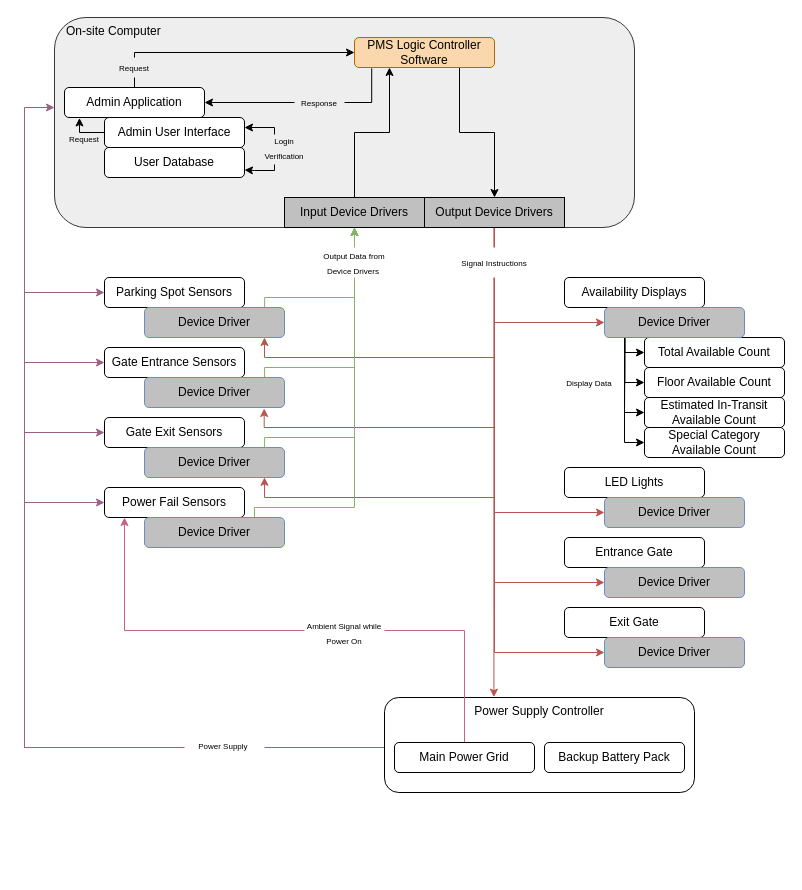
Before: documentation/srs-drafts/diagram-xmls/gen-desc.drawio in rlutz1/CS460-Project-1, a draw.io diagram. Source tidied: cells renumbered, new cells numbered last; positions are measured from the earlier drawing's top-left corner, leaving out a move shared by most shapes. Both pictures are drawn from the tidied source at 100%, with x=0, y=0 at pixel (24, 17).
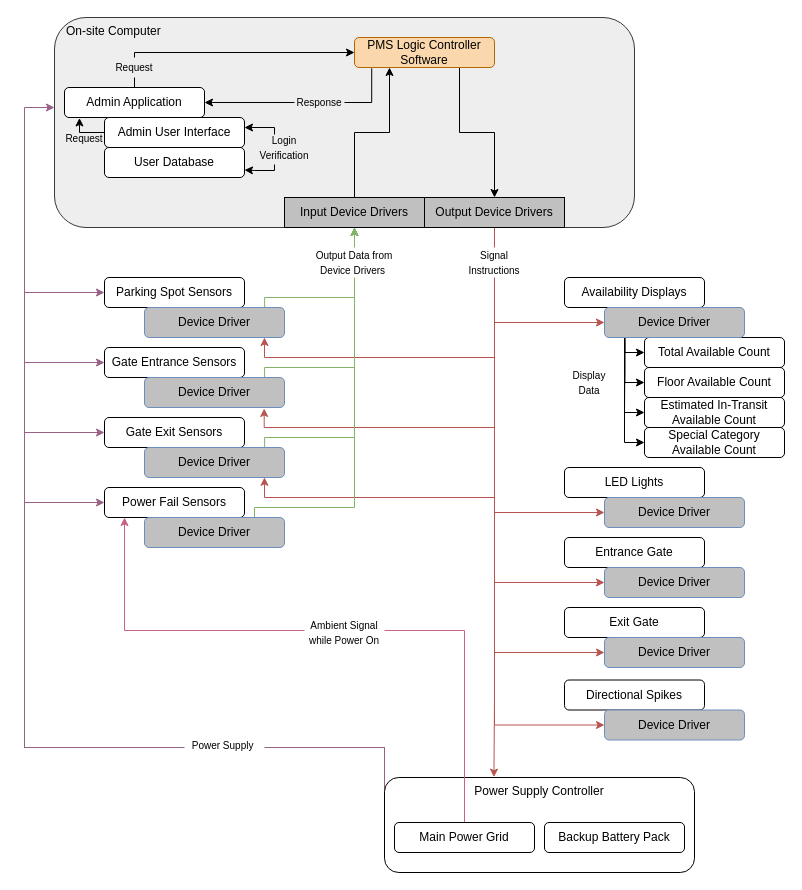
The same diagram, later.

Commit message (it also covers changes not shown here):
Added 1.2 version of Gate diagram for SRS; Modified gen-desc Diagram in SRS to include direction spikes (see google doc for more comments)

The change refers to these unchanged cells:
```xml
<mxCell id="40" value="Output Device Drivers" style="rounded=0;whiteSpace=wrap;html=1;fillColor=light-dark(#c0c0c0, #ededed);" parent="1" vertex="1">
  <mxGeometry x="400" y="180" width="140" height="30" as="geometry" />
</mxCell>
```

What changed in the source:
```diff
@@
     <mxCell id="23" value="Power Supply Controller" style="rounded=1;whiteSpace=wrap;html=1;verticalAlign=top;" parent="1" vertex="1">
-      <mxGeometry x="360" y="680" width="310" height="95" as="geometry" />
+      <mxGeometry x="360" y="760" width="310" height="95" as="geometry" />
     </mxCell>
@@
     <mxCell id="25" value="Main Power Grid" style="rounded=1;whiteSpace=wrap;html=1;" parent="1" vertex="1">
-      <mxGeometry x="370" y="725" width="140" height="30" as="geometry" />
+      <mxGeometry x="370" y="805" width="140" height="30" as="geometry" />
     </mxCell>
     <mxCell id="26" value="Backup Battery Pack" style="rounded=1;whiteSpace=wrap;html=1;" parent="1" vertex="1">
-      <mxGeometry x="520" y="725" width="140" height="30" as="geometry" />
+      <mxGeometry x="520" y="805" width="140" height="30" as="geometry" />
     </mxCell>
@@
+    <mxCell id="69" style="edgeStyle=orthogonalEdgeStyle;rounded=0;jettySize=auto;html=1;exitX=0.5;exitY=1;exitDx=0;exitDy=0;entryX=0;entryY=0.5;entryDx=0;entryDy=0;strokeColor=#B85450;" parent="1" edge="1" source="40" target="71">
+      <mxGeometry relative="1" as="geometry" />
+    </mxCell>
@@
-    <mxCell id="60" value="&lt;font style=&quot;font-size: 8px;&quot;&gt;Output Data from Device Drivers&amp;nbsp;&lt;/font&gt;" style="text;html=1;whiteSpace=wrap;align=center;verticalAlign=middle;rounded=0;fillColor=default;" parent="1" vertex="1">
+    <mxCell id="60" value="&lt;font style=&quot;font-size: 10px;&quot;&gt;Output Data from Device Drivers&amp;nbsp;&lt;/font&gt;" style="text;html=1;whiteSpace=wrap;align=center;verticalAlign=middle;rounded=0;fillColor=default;" parent="1" vertex="1">
       <mxGeometry x="290" y="230" width="80" height="30" as="geometry" />
     </mxCell>
-    <mxCell id="61" value="&lt;font style=&quot;font-size: 8px;&quot;&gt;Signal Instructions&lt;/font&gt;" style="text;html=1;whiteSpace=wrap;align=center;verticalAlign=middle;rounded=0;fillColor=default;" parent="1" vertex="1">
+    <mxCell id="61" value="&lt;font style=&quot;font-size: 10px;&quot;&gt;Signal Instructions&lt;/font&gt;" style="text;html=1;whiteSpace=wrap;align=center;verticalAlign=middle;rounded=0;fillColor=default;" parent="1" vertex="1">
       <mxGeometry x="430" y="230" width="80" height="30" as="geometry" />
     </mxCell>
-    <mxCell id="62" value="&lt;font style=&quot;font-size: 8px;&quot;&gt;Power Supply&amp;nbsp;&lt;/font&gt;" style="text;html=1;whiteSpace=wrap;align=center;verticalAlign=middle;rounded=0;fillColor=default;" parent="1" vertex="1">
+    <mxCell id="62" value="&lt;font style=&quot;font-size: 10px;&quot;&gt;Power Supply&amp;nbsp;&lt;/font&gt;" style="text;html=1;whiteSpace=wrap;align=center;verticalAlign=middle;rounded=0;fillColor=default;" parent="1" vertex="1">
       <mxGeometry x="160" y="712.5" width="80" height="30" as="geometry" />
     </mxCell>
-    <mxCell id="63" value="&lt;font style=&quot;font-size: 8px;&quot;&gt;Ambient Signal while Power On&lt;/font&gt;" style="text;html=1;whiteSpace=wrap;align=center;verticalAlign=middle;rounded=0;fillColor=default;" parent="1" vertex="1">
+    <mxCell id="63" value="&lt;font style=&quot;font-size: 10px;&quot;&gt;Ambient Signal while Power On&lt;/font&gt;" style="text;html=1;whiteSpace=wrap;align=center;verticalAlign=middle;rounded=0;fillColor=default;" parent="1" vertex="1">
       <mxGeometry x="280" y="600" width="80" height="30" as="geometry" />
     </mxCell>
-    <mxCell id="64" value="&lt;font style=&quot;font-size: 8px;&quot;&gt;Display Data&lt;/font&gt;" style="text;html=1;whiteSpace=wrap;align=center;verticalAlign=middle;rounded=0;fillColor=default;" parent="1" vertex="1">
+    <mxCell id="64" value="&lt;font style=&quot;font-size: 10px;&quot;&gt;Display Data&lt;/font&gt;" style="text;html=1;whiteSpace=wrap;align=center;verticalAlign=middle;rounded=0;fillColor=default;" parent="1" vertex="1">
       <mxGeometry x="540" y="350" width="50" height="30" as="geometry" />
     </mxCell>
-    <mxCell id="65" value="&lt;font style=&quot;font-size: 8px;&quot;&gt;Login Verification&lt;/font&gt;" style="text;html=1;whiteSpace=wrap;strokeColor=none;fillColor=#EEEEEE;align=center;verticalAlign=bottom;rounded=0;" parent="1" vertex="1">
+    <mxCell id="65" value="&lt;font style=&quot;font-size: 10px;&quot;&gt;Login Verification&lt;/font&gt;" style="text;html=1;whiteSpace=wrap;strokeColor=none;fillColor=#EEEEEE;align=center;verticalAlign=bottom;rounded=0;" parent="1" vertex="1">
       <mxGeometry x="230" y="117" width="60" height="30" as="geometry" />
     </mxCell>
-    <mxCell id="66" value="&lt;font style=&quot;font-size: 8px;&quot;&gt;Request&lt;/font&gt;" style="text;html=1;whiteSpace=wrap;strokeColor=none;fillColor=none;align=center;verticalAlign=middle;rounded=0;" parent="1" vertex="1">
+    <mxCell id="66" value="&lt;font style=&quot;font-size: 10px;&quot;&gt;Request&lt;/font&gt;" style="text;html=1;whiteSpace=wrap;strokeColor=none;fillColor=none;align=center;verticalAlign=middle;rounded=0;" parent="1" vertex="1">
       <mxGeometry x="40" y="120" width="40" as="geometry" />
     </mxCell>
-    <mxCell id="67" value="&lt;font style=&quot;font-size: 8px;&quot;&gt;Request&lt;/font&gt;" style="text;html=1;whiteSpace=wrap;strokeColor=none;fillColor=#EEEEEE;align=center;verticalAlign=middle;rounded=0;" parent="1" vertex="1">
+    <mxCell id="67" value="&lt;font style=&quot;font-size: 10px;&quot;&gt;Request&lt;/font&gt;" style="text;html=1;whiteSpace=wrap;strokeColor=none;fillColor=#EEEEEE;align=center;verticalAlign=middle;rounded=0;" parent="1" vertex="1">
       <mxGeometry x="90" y="40" width="40" height="20" as="geometry" />
     </mxCell>
-    <mxCell id="68" value="&lt;font style=&quot;font-size: 8px;&quot;&gt;Response&lt;/font&gt;" style="text;html=1;whiteSpace=wrap;strokeColor=none;fillColor=#EEEEEE;align=center;verticalAlign=middle;rounded=0;" parent="1" vertex="1">
+    <mxCell id="68" value="&lt;font style=&quot;font-size: 10px;&quot;&gt;Response&lt;/font&gt;" style="text;html=1;whiteSpace=wrap;strokeColor=none;fillColor=#EEEEEE;align=center;verticalAlign=middle;rounded=0;" parent="1" vertex="1">
       <mxGeometry x="270" y="75" width="50" height="20" as="geometry" />
     </mxCell>
+    <mxCell id="70" value="Directional Spikes" style="rounded=1;whiteSpace=wrap;html=1;" parent="1" vertex="1">
+      <mxGeometry x="540" y="662.5" width="140" height="30" as="geometry" />
+    </mxCell>
+    <mxCell id="71" value="Device Driver" style="rounded=1;whiteSpace=wrap;html=1;fillColor=light-dark(#c0c0c0, #1d293b);strokeColor=#6c8ebf;" parent="1" vertex="1">
+      <mxGeometry x="580" y="692.5" width="140" height="30" as="geometry" />
+    </mxCell>
```
